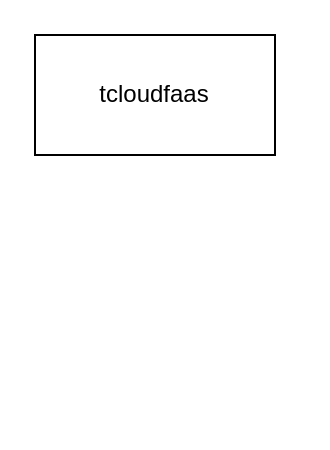
noobmantest/drawio keeps this draw.io diagram as ceshi.drawio. Above is the earlier version. Source tidied: cells renumbered, new cells numbered last; positions are measured from the earlier drawing's top-left corner, leaving out a move shared by most shapes. Both pictures are drawn from the tidied source at 200%, with x=0, y=0 at pixel (34, 34).
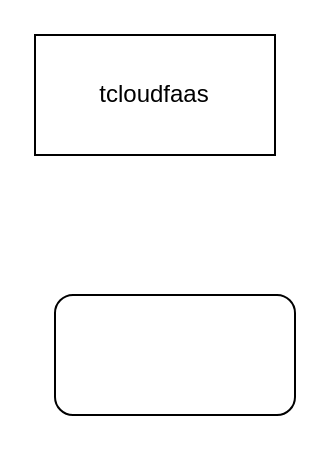
The same diagram, later.

The edit, as a diff of the source:
```diff
@@
 <mxGraphModel>
   <root>
     <mxCell id="0" />
     <mxCell id="1" parent="0" />
     <mxCell id="2" value="tcloudfaas" style="rounded=0;whiteSpace=wrap;html=1;" parent="1" vertex="1">
       <mxGeometry width="120" height="60" as="geometry" />
     </mxCell>
+    <mxCell id="3" style="rounded=1;whiteSpace=wrap;html=1;" parent="1" vertex="1">
+      <mxGeometry x="10" y="130" width="120" height="60" as="geometry" />
+    </mxCell>
   </root>
 </mxGraphModel>
```
